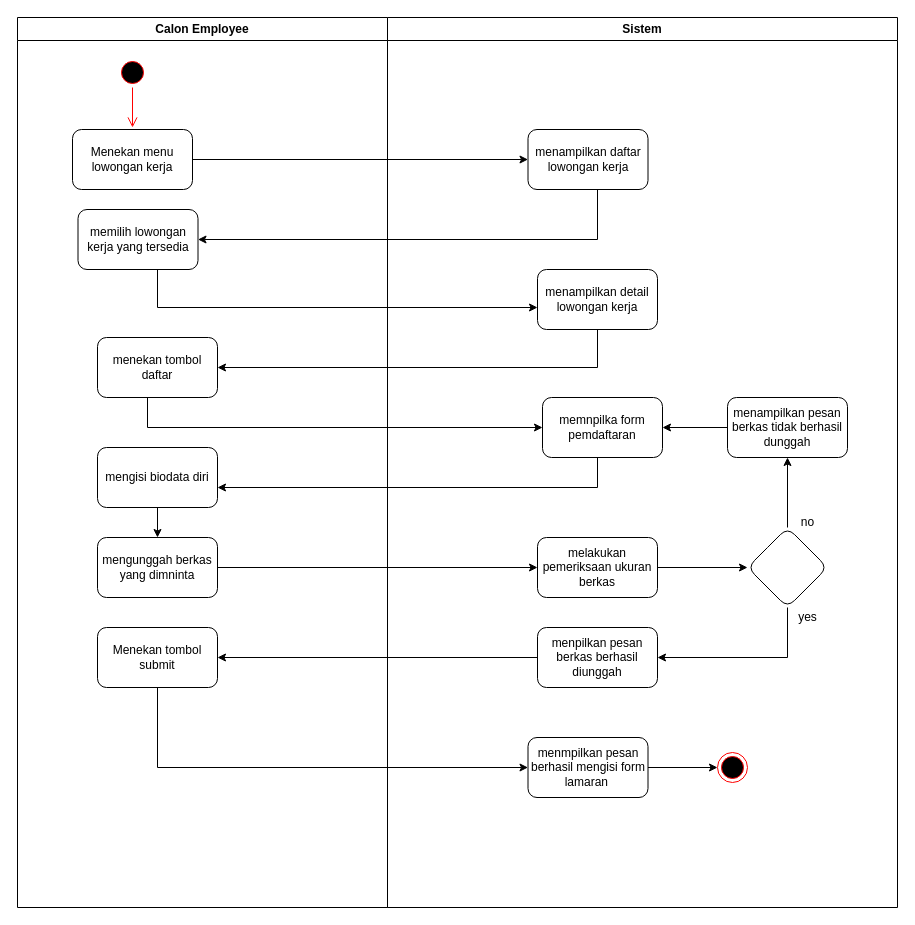
This is Activity Diagram insert data employee.drawio from Tijan01/UAS_APPL, a draw.io file, before an edit. Source tidied: cells renumbered, new cells numbered last; positions are measured from the earlier drawing's top-left corner, leaving out a move shared by most shapes. Both pictures are drawn from the tidied source at 100%, with x=0, y=0 at pixel (17, 17).
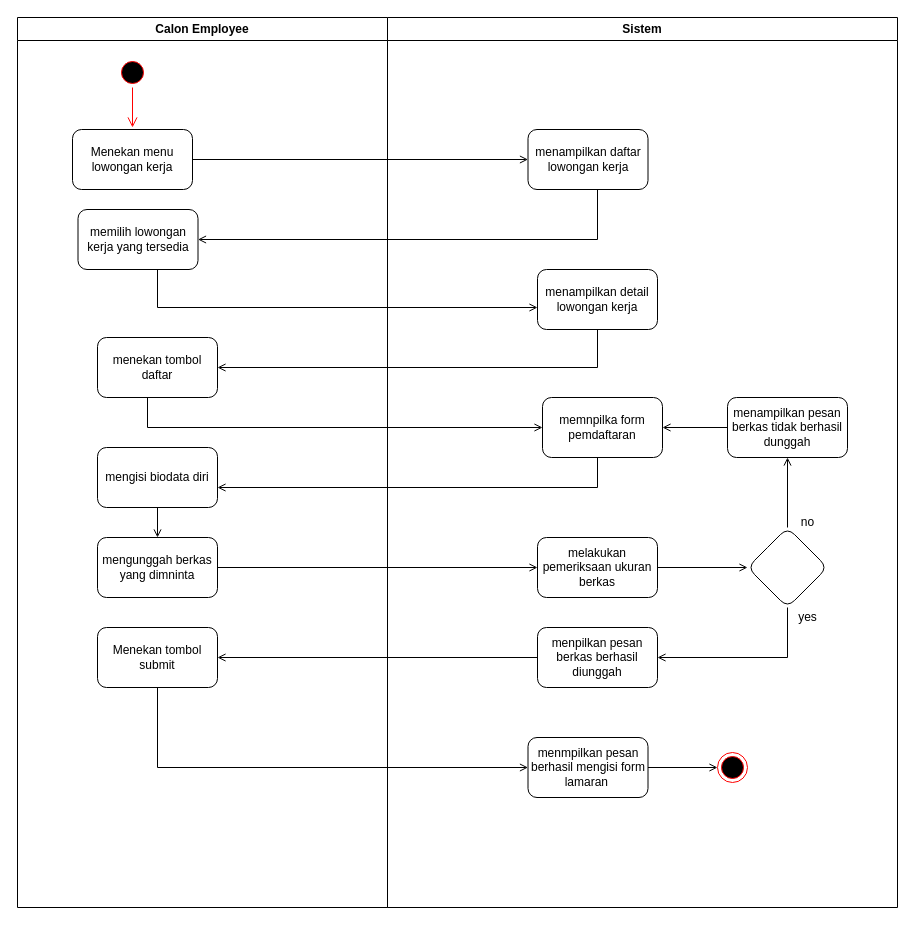
The same diagram, later.

Unchanged cells that the change refers to:
```xml
<mxCell id="2" value="Calon Employee" style="swimlane;whiteSpace=wrap;startSize=23;" parent="1" vertex="1">
  <mxGeometry width="370" height="890" as="geometry" />
</mxCell>
<mxCell id="5" value="Menekan menu lowongan kerja" style="rounded=1;whiteSpace=wrap;html=1;" parent="2" vertex="1">
  <mxGeometry x="55" y="112" width="120" height="60" as="geometry" />
</mxCell>
<mxCell id="6" value="memilih lowongan kerja yang tersedia" style="whiteSpace=wrap;html=1;fillColor=rgb(255, 255, 255);strokeColor=rgb(0, 0, 0);fontColor=rgb(0, 0, 0);rounded=1;" parent="2" vertex="1">
  <mxGeometry x="60.5" y="192" width="120" height="60" as="geometry" />
</mxCell>
<mxCell id="7" value="menekan tombol daftar" style="whiteSpace=wrap;html=1;fillColor=rgb(255, 255, 255);strokeColor=rgb(0, 0, 0);fontColor=rgb(0, 0, 0);rounded=1;" parent="2" vertex="1">
  <mxGeometry x="80" y="320" width="120" height="60" as="geometry" />
</mxCell>
<mxCell id="9" value="mengisi biodata diri" style="whiteSpace=wrap;html=1;fillColor=rgb(255, 255, 255);strokeColor=rgb(0, 0, 0);fontColor=rgb(0, 0, 0);rounded=1;" parent="2" vertex="1">
  <mxGeometry x="80" y="430" width="120" height="60" as="geometry" />
</mxCell>
<mxCell id="10" value="mengunggah berkas yang dimninta" style="whiteSpace=wrap;html=1;fillColor=rgb(255, 255, 255);strokeColor=rgb(0, 0, 0);fontColor=rgb(0, 0, 0);rounded=1;" parent="2" vertex="1">
  <mxGeometry x="80" y="520" width="120" height="60" as="geometry" />
</mxCell>
<mxCell id="11" value="Menekan tombol submit" style="whiteSpace=wrap;html=1;fillColor=rgb(255, 255, 255);strokeColor=rgb(0, 0, 0);fontColor=rgb(0, 0, 0);rounded=1;" parent="2" vertex="1">
  <mxGeometry x="80" y="610" width="120" height="60" as="geometry" />
</mxCell>
<mxCell id="12" value="Sistem" style="swimlane;whiteSpace=wrap;" parent="1" vertex="1">
  <mxGeometry x="370" width="510" height="890" as="geometry" />
</mxCell>
<mxCell id="13" value="menampilkan daftar lowongan kerja" style="whiteSpace=wrap;html=1;fillColor=rgb(255, 255, 255);strokeColor=rgb(0, 0, 0);fontColor=rgb(0, 0, 0);rounded=1;" parent="12" vertex="1">
  <mxGeometry x="140.5" y="112" width="120" height="60" as="geometry" />
</mxCell>
<mxCell id="14" value="menampilkan detail lowongan kerja" style="whiteSpace=wrap;html=1;fillColor=rgb(255, 255, 255);strokeColor=rgb(0, 0, 0);fontColor=rgb(0, 0, 0);rounded=1;" parent="12" vertex="1">
  <mxGeometry x="150" y="252" width="120" height="60" as="geometry" />
</mxCell>
<mxCell id="15" value="memnpilka form pemdaftaran" style="whiteSpace=wrap;html=1;fillColor=rgb(255, 255, 255);strokeColor=rgb(0, 0, 0);fontColor=rgb(0, 0, 0);rounded=1;" parent="12" vertex="1">
  <mxGeometry x="155" y="380" width="120" height="60" as="geometry" />
</mxCell>
<mxCell id="16" value="menpilkan pesan berkas berhasil diunggah" style="whiteSpace=wrap;html=1;fillColor=rgb(255, 255, 255);strokeColor=rgb(0, 0, 0);fontColor=rgb(0, 0, 0);rounded=1;" parent="12" vertex="1">
  <mxGeometry x="150" y="610" width="120" height="60" as="geometry" />
</mxCell>
<mxCell id="18" value="melakukan pemeriksaan ukuran berkas" style="rounded=1;whiteSpace=wrap;html=1;" parent="12" vertex="1">
  <mxGeometry x="150" y="520" width="120" height="60" as="geometry" />
</mxCell>
<mxCell id="21" style="rhombus;whiteSpace=wrap;html=1;rounded=1;" parent="12" vertex="1">
  <mxGeometry x="360" y="510" width="80" height="80" as="geometry" />
</mxCell>
<mxCell id="24" value="menampilkan pesan berkas tidak berhasil dunggah" style="whiteSpace=wrap;html=1;rounded=1;" parent="12" vertex="1">
  <mxGeometry x="340" y="380" width="120" height="60" as="geometry" />
</mxCell>
<mxCell id="26" value="menmpilkan pesan berhasil mengisi form lamaran&amp;nbsp;" style="whiteSpace=wrap;html=1;fillColor=rgb(255, 255, 255);strokeColor=rgb(0, 0, 0);fontColor=rgb(0, 0, 0);rounded=1;" parent="12" vertex="1">
  <mxGeometry x="140.5" y="720" width="120" height="60" as="geometry" />
</mxCell>
<mxCell id="27" style="ellipse;html=1;shape=endState;fillColor=#000000;strokeColor=#ff0000;" parent="12" vertex="1">
  <mxGeometry x="330" y="735" width="30" height="30" as="geometry" />
</mxCell>
```

What changed in the source:
```diff
@@
-    <mxCell id="8" style="edgeStyle=orthogonalEdgeStyle;rounded=0;jettySize=auto;html=1;" parent="2" edge="1" source="9" target="10">
+    <mxCell id="8" style="edgeStyle=orthogonalEdgeStyle;rounded=0;jettySize=auto;html=1;endArrow=open;endFill=0;" parent="2" edge="1" source="9" target="10">
       <mxGeometry relative="1" as="geometry" />
     </mxCell>
@@
-    <mxCell id="17" style="edgeStyle=orthogonalEdgeStyle;rounded=0;jettySize=auto;html=1;" parent="12" edge="1" source="18" target="21">
+    <mxCell id="17" style="edgeStyle=orthogonalEdgeStyle;rounded=0;jettySize=auto;html=1;endArrow=open;endFill=0;" parent="12" edge="1" source="18" target="21">
       <mxGeometry relative="1" as="geometry" />
     </mxCell>
@@
-    <mxCell id="19" style="edgeStyle=orthogonalEdgeStyle;rounded=0;jettySize=auto;html=1;entryX=1;entryY=0.5;entryDx=0;entryDy=0;" parent="12" edge="1" source="21" target="16">
+    <mxCell id="19" style="edgeStyle=orthogonalEdgeStyle;rounded=0;jettySize=auto;html=1;entryX=1;entryY=0.5;entryDx=0;entryDy=0;endArrow=open;endFill=0;" parent="12" edge="1" source="21" target="16">
       <mxGeometry relative="1" as="geometry">
         <Array as="points">
           <mxPoint x="400" y="640" />
         </Array>
       </mxGeometry>
     </mxCell>
-    <mxCell id="20" style="edgeStyle=orthogonalEdgeStyle;rounded=0;jettySize=auto;html=1;" parent="12" edge="1" source="21" target="24">
+    <mxCell id="20" style="edgeStyle=orthogonalEdgeStyle;rounded=0;jettySize=auto;html=1;endArrow=open;endFill=0;" parent="12" edge="1" source="21" target="24">
       <mxGeometry relative="1" as="geometry" />
     </mxCell>
@@
-    <mxCell id="23" style="edgeStyle=orthogonalEdgeStyle;rounded=0;jettySize=auto;html=1;" parent="12" edge="1" source="24" target="15">
+    <mxCell id="23" style="edgeStyle=orthogonalEdgeStyle;rounded=0;jettySize=auto;html=1;endArrow=open;endFill=0;" parent="12" edge="1" source="24" target="15">
       <mxGeometry relative="1" as="geometry" />
     </mxCell>
@@
-    <mxCell id="25" style="edgeStyle=orthogonalEdgeStyle;rounded=0;jettySize=auto;html=1;" parent="12" edge="1" source="26" target="27">
+    <mxCell id="25" style="edgeStyle=orthogonalEdgeStyle;rounded=0;jettySize=auto;html=1;endArrow=open;endFill=0;" parent="12" edge="1" source="26" target="27">
       <mxGeometry relative="1" as="geometry" />
     </mxCell>
@@
-    <mxCell id="28" style="edgeStyle=orthogonalEdgeStyle;rounded=0;jettySize=auto;html=1;" parent="1" edge="1" source="5" target="13">
+    <mxCell id="28" style="edgeStyle=orthogonalEdgeStyle;rounded=0;jettySize=auto;html=1;endArrow=open;endFill=0;" parent="1" edge="1" source="5" target="13">
       <mxGeometry relative="1" as="geometry" />
     </mxCell>
-    <mxCell id="29" style="edgeStyle=orthogonalEdgeStyle;rounded=0;jettySize=auto;html=1;" parent="1" edge="1" source="13" target="6">
+    <mxCell id="29" style="edgeStyle=orthogonalEdgeStyle;rounded=0;jettySize=auto;html=1;endArrow=open;endFill=0;" parent="1" edge="1" source="13" target="6">
       <mxGeometry relative="1" as="geometry">
         <Array as="points">
           <mxPoint x="580" y="222" />
         </Array>
       </mxGeometry>
     </mxCell>
-    <mxCell id="30" style="edgeStyle=orthogonalEdgeStyle;rounded=0;jettySize=auto;html=1;" parent="1" edge="1" source="6" target="14">
+    <mxCell id="30" style="edgeStyle=orthogonalEdgeStyle;rounded=0;jettySize=auto;html=1;endArrow=open;endFill=0;" parent="1" edge="1" source="6" target="14">
       <mxGeometry relative="1" as="geometry">
         <Array as="points">
           <mxPoint x="140" y="290" />
         </Array>
       </mxGeometry>
     </mxCell>
-    <mxCell id="31" style="edgeStyle=orthogonalEdgeStyle;rounded=0;jettySize=auto;html=1;" parent="1" edge="1" source="14" target="7">
+    <mxCell id="31" style="edgeStyle=orthogonalEdgeStyle;rounded=0;jettySize=auto;html=1;endArrow=open;endFill=0;" parent="1" edge="1" source="14" target="7">
       <mxGeometry relative="1" as="geometry">
         <Array as="points">
           <mxPoint x="580" y="350" />
         </Array>
       </mxGeometry>
     </mxCell>
-    <mxCell id="32" style="edgeStyle=orthogonalEdgeStyle;rounded=0;jettySize=auto;html=1;" parent="1" edge="1" source="7" target="15">
+    <mxCell id="32" style="edgeStyle=orthogonalEdgeStyle;rounded=0;jettySize=auto;html=1;endArrow=open;endFill=0;" parent="1" edge="1" source="7" target="15">
       <mxGeometry relative="1" as="geometry">
         <Array as="points">
           <mxPoint x="130" y="410" />
         </Array>
       </mxGeometry>
     </mxCell>
-    <mxCell id="33" style="edgeStyle=orthogonalEdgeStyle;rounded=0;jettySize=auto;html=1;" parent="1" edge="1" source="15" target="9">
+    <mxCell id="33" style="edgeStyle=orthogonalEdgeStyle;rounded=0;jettySize=auto;html=1;endArrow=open;endFill=0;" parent="1" edge="1" source="15" target="9">
       <mxGeometry relative="1" as="geometry">
         <Array as="points">
           <mxPoint x="580" y="470" />
         </Array>
       </mxGeometry>
     </mxCell>
-    <mxCell id="34" style="edgeStyle=orthogonalEdgeStyle;rounded=0;jettySize=auto;html=1;" parent="1" edge="1" source="16" target="11">
+    <mxCell id="34" style="edgeStyle=orthogonalEdgeStyle;rounded=0;jettySize=auto;html=1;endArrow=open;endFill=0;" parent="1" edge="1" source="16" target="11">
       <mxGeometry relative="1" as="geometry">
         <Array as="points">
           <mxPoint x="580" y="640" />
         </Array>
       </mxGeometry>
     </mxCell>
-    <mxCell id="35" style="edgeStyle=orthogonalEdgeStyle;rounded=0;jettySize=auto;html=1;entryX=0;entryY=0.5;entryDx=0;entryDy=0;" parent="1" edge="1" source="10" target="18">
+    <mxCell id="35" style="edgeStyle=orthogonalEdgeStyle;rounded=0;jettySize=auto;html=1;entryX=0;entryY=0.5;entryDx=0;entryDy=0;endArrow=open;endFill=0;" parent="1" edge="1" source="10" target="18">
       <mxGeometry relative="1" as="geometry" />
     </mxCell>
@@
-    <mxCell id="37" style="edgeStyle=orthogonalEdgeStyle;rounded=0;jettySize=auto;html=1;" parent="1" edge="1" source="11" target="26">
+    <mxCell id="37" style="edgeStyle=orthogonalEdgeStyle;rounded=0;jettySize=auto;html=1;endArrow=open;endFill=0;" parent="1" edge="1" source="11" target="26">
       <mxGeometry relative="1" as="geometry">
         <Array as="points">
           <mxPoint x="140" y="750" />
         </Array>
       </mxGeometry>
     </mxCell>
```
